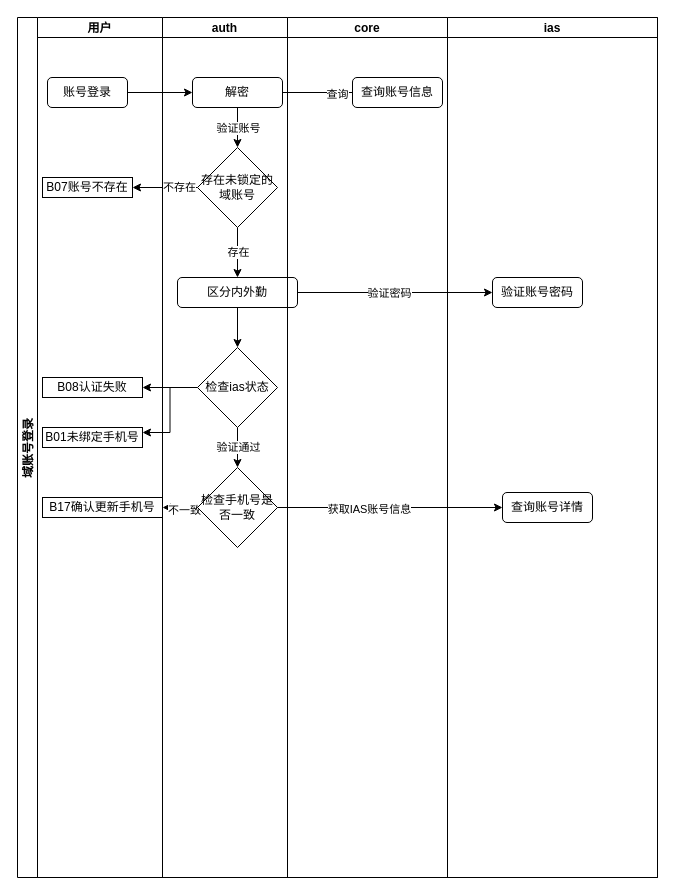
Above: page "账号登录流程" (1 of 2) of 域账号登录流程.drawio in rainerpiao/cloud-computing (draw.io), before the change. Source tidied: cells renumbered, new cells numbered last; positions are measured from the earlier drawing's top-left corner, leaving out a move shared by most shapes. Both pictures are drawn from the tidied source at 100%, with x=0, y=0 at pixel (17, 17).
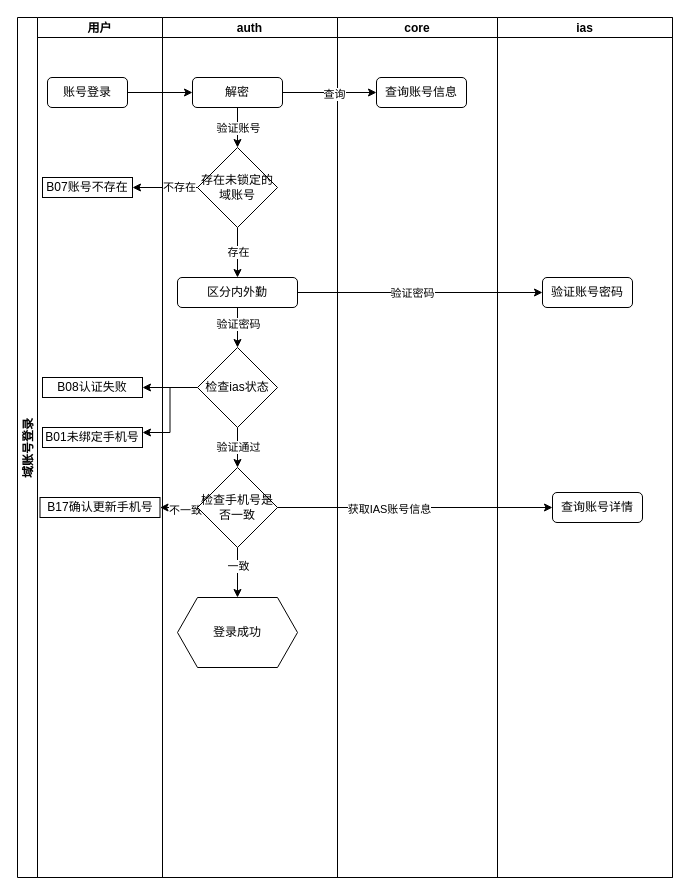
The same page after the edit.

Commit message:
更新域账号登录流程.drawio

The change refers to these unchanged cells:
```xml
<mxCell id="3" value="用户" style="swimlane;startSize=20;strokeColor=default;align=center;verticalAlign=middle;fontFamily=Helvetica;fontSize=12;fontColor=default;fontStyle=1;fillColor=default;" parent="2" vertex="1">
  <mxGeometry x="20" width="125" height="860" as="geometry" />
</mxCell>
<mxCell id="24" value="解密" style="rounded=1;whiteSpace=wrap;html=1;" parent="18" vertex="1">
  <mxGeometry x="30" y="60" width="90" height="30" as="geometry" />
</mxCell>
<mxCell id="25" style="edgeStyle=orthogonalEdgeStyle;rounded=0;jettySize=auto;html=1;" parent="18" edge="1" source="26" target="29">
  <mxGeometry relative="1" as="geometry" />
</mxCell>
<mxCell id="32" value="检查手机号是否一致" style="rhombus;whiteSpace=wrap;html=1;shapeInside=1;" parent="18" vertex="1">
  <mxGeometry x="35" y="450" width="80" height="80" as="geometry" />
</mxCell>
```

What changed in the source:
```diff
@@
     <mxCell id="2" value="域账号登录" style="swimlane;startSize=20;horizontal=0;fixedHeader=0;" parent="1" vertex="1">
-      <mxGeometry width="640" height="860" as="geometry" />
+      <mxGeometry width="655" height="860" as="geometry" />
     </mxCell>
@@
     <mxCell id="8" value="B17确认更新手机号" style="rounded=0;whiteSpace=wrap;html=1;" parent="3" vertex="1">
-      <mxGeometry x="5" y="480" width="120" height="20" as="geometry" />
+      <mxGeometry x="2.5" y="480" width="120" height="20" as="geometry" />
     </mxCell>
@@
     <mxCell id="18" value="auth" style="swimlane;startSize=20;" parent="2" vertex="1">
-      <mxGeometry x="145" width="125" height="860" as="geometry" />
+      <mxGeometry x="145" width="175" height="860" as="geometry" />
     </mxCell>
@@
+    <mxCell id="40" value="验证密码" style="edgeLabel;html=1;align=center;verticalAlign=middle;" parent="25" vertex="1">
+      <mxGeometry x="-0.21" relative="1" as="geometry" />
+    </mxCell>
@@
-    <mxCell id="30" style="edgeStyle=orthogonalEdgeStyle;rounded=0;jettySize=auto;html=1;entryX=0;entryY=0.5;entryDx=0;entryDy=0;" parent="18" edge="1" source="24">
-      <mxGeometry relative="1" as="geometry">
-        <mxPoint x="220" y="75" as="targetPoint" />
-      </mxGeometry>
-    </mxCell>
-    <mxCell id="31" value="查询" style="edgeLabel;html=1;align=center;verticalAlign=middle;" parent="30" vertex="1">
-      <mxGeometry x="0.09" y="-1" relative="1" as="geometry" />
-    </mxCell>
+    <mxCell id="41" style="edgeStyle=orthogonalEdgeStyle;rounded=0;jettySize=auto;html=1;" parent="18" edge="1" source="32" target="43">
+      <mxGeometry relative="1" as="geometry" />
+    </mxCell>
+    <mxCell id="42" value="一致" style="edgeLabel;html=1;align=center;verticalAlign=middle;" parent="41" vertex="1">
+      <mxGeometry x="-0.29" relative="1" as="geometry" />
+    </mxCell>
@@
+    <mxCell id="43" value="登录成功" style="shape=hexagon;perimeter=hexagonPerimeter2;whiteSpace=wrap;html=1;shapeInside=1;fixedSize=1;" parent="18" vertex="1">
+      <mxGeometry x="15" y="580" width="120" height="70" as="geometry" />
+    </mxCell>
     <mxCell id="33" value="core" style="swimlane;startSize=20;" parent="2" vertex="1">
-      <mxGeometry x="270" width="160" height="860" as="geometry" />
+      <mxGeometry x="320" width="160" height="860" as="geometry" />
     </mxCell>
     <mxCell id="34" value="查询账号信息" style="rounded=1;whiteSpace=wrap;html=1;" parent="33" vertex="1">
-      <mxGeometry x="65" y="60" width="90" height="30" as="geometry" />
+      <mxGeometry x="39" y="60" width="90" height="30" as="geometry" />
     </mxCell>
@@
     <mxCell id="37" value="ias" style="swimlane;startSize=20;" parent="2" vertex="1">
-      <mxGeometry x="430" width="210" height="860" as="geometry" />
+      <mxGeometry x="480" width="175" height="860" as="geometry" />
     </mxCell>
@@
+    <mxCell id="30" style="edgeStyle=orthogonalEdgeStyle;rounded=0;jettySize=auto;html=1;entryX=0;entryY=0.5;entryDx=0;entryDy=0;" parent="2" edge="1" source="24" target="34">
+      <mxGeometry relative="1" as="geometry" />
+    </mxCell>
+    <mxCell id="31" value="查询" style="edgeLabel;html=1;align=center;verticalAlign=middle;" parent="30" vertex="1">
+      <mxGeometry x="0.09" y="-1" relative="1" as="geometry" />
+    </mxCell>
```
